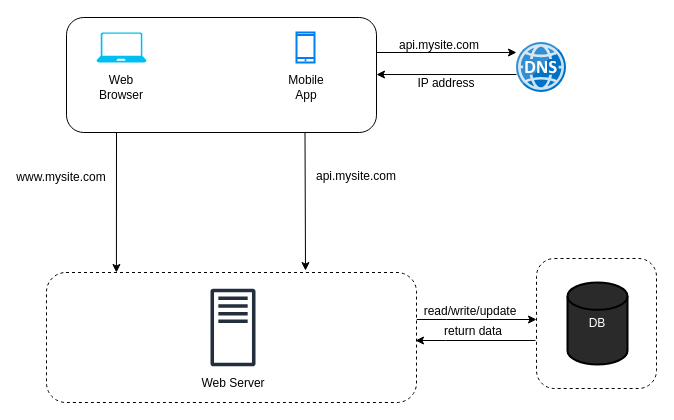
Before: Singleserverwithdb.drawio in wahidibrahimy/Data-Science, a draw.io diagram. Source tidied: cells renumbered, new cells numbered last; positions are measured from the earlier drawing's top-left corner, leaving out a move shared by most shapes. Both pictures are drawn from the tidied source at 100%, with x=0, y=0 at pixel (31, 17).
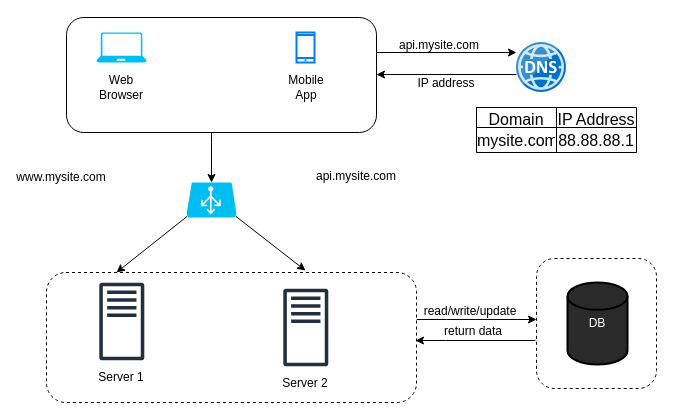
Above is the later version.

Unchanged cells that the change refers to:
```xml
<mxCell id="4" style="rounded=1;whiteSpace=wrap;html=1;dashed=1;" parent="1" vertex="1">
  <mxGeometry x="15" y="255" width="370" height="130" as="geometry" />
</mxCell>
<mxCell id="5" style="rounded=1;whiteSpace=wrap;html=1;" parent="1" vertex="1">
  <mxGeometry x="35" width="310" height="115" as="geometry" />
</mxCell>
```

Change to the diagram source:
```diff
@@
+    <mxCell id="25" style="edgeStyle=orthogonalEdgeStyle;rounded=0;jettySize=auto;html=1;" parent="1" edge="1" source="5" target="26">
+      <mxGeometry relative="1" as="geometry">
+        <Array as="points">
+          <mxPoint x="180" y="125" />
+          <mxPoint x="180" y="125" />
+        </Array>
+      </mxGeometry>
+    </mxCell>
@@
-    <mxCell id="11" style="endArrow=classic;html=1;rounded=0;entryX=0.189;entryY=0;entryDx=0;entryDy=0;entryPerimeter=0;" parent="1" edge="1" target="4">
-      <mxGeometry relative="1" as="geometry">
-        <mxPoint x="85" y="115" as="sourcePoint" />
-      </mxGeometry>
+    <mxCell id="11" style="endArrow=classic;html=1;rounded=0;entryX=0.189;entryY=0;entryDx=0;entryDy=0;entryPerimeter=0;exitX=0.02;exitY=0.96;exitDx=0;exitDy=0;exitPerimeter=0;" parent="1" edge="1" source="26" target="4">
+      <mxGeometry relative="1" as="geometry" />
     </mxCell>
-    <mxCell id="12" style="endArrow=classic;html=1;rounded=0;entryX=0.7;entryY=-0.015;entryDx=0;entryDy=0;entryPerimeter=0;" parent="1" edge="1" target="4">
-      <mxGeometry relative="1" as="geometry">
-        <mxPoint x="273.5" y="115" as="sourcePoint" />
-      </mxGeometry>
+    <mxCell id="12" style="endArrow=classic;html=1;rounded=0;entryX=0.7;entryY=-0.015;entryDx=0;entryDy=0;entryPerimeter=0;exitX=0.98;exitY=0.96;exitDx=0;exitDy=0;exitPerimeter=0;" parent="1" edge="1" source="26" target="4">
+      <mxGeometry relative="1" as="geometry" />
     </mxCell>
     <mxCell id="13" style="sketch=0;fontColor=#232F3E;gradientColor=none;fillColor=#232F3D;strokeColor=none;dashed=0;verticalLabelPosition=bottom;verticalAlign=top;align=center;html=1;fontSize=12;fontStyle=0;shape=mxgraph.aws4.traditional_server;" parent="1" vertex="1">
-      <mxGeometry x="179" y="271" width="45" height="78" as="geometry" />
+      <mxGeometry x="67.8" y="265" width="45" height="78" as="geometry" />
     </mxCell>
-    <mxCell id="14" value="Web Server" style="text;html=1;align=center;verticalAlign=middle;whiteSpace=wrap;rounded=0;" parent="1" vertex="1">
-      <mxGeometry x="162.5" y="351" width="77.5" height="30" as="geometry" />
+    <mxCell id="14" value="Server 1" style="text;html=1;align=center;verticalAlign=middle;whiteSpace=wrap;rounded=0;" parent="1" vertex="1">
+      <mxGeometry x="51.2" y="345" width="77.5" height="30" as="geometry" />
     </mxCell>
@@
+    <mxCell id="26" style="verticalLabelPosition=bottom;html=1;verticalAlign=top;align=center;strokeColor=none;fillColor=#00BEF2;shape=mxgraph.azure.azure_load_balancer;" parent="1" vertex="1">
+      <mxGeometry x="155" y="165" width="50" height="35" as="geometry" />
+    </mxCell>
+    <mxCell id="27" style="sketch=0;fontColor=#232F3E;gradientColor=none;fillColor=#232F3D;strokeColor=none;dashed=0;verticalLabelPosition=bottom;verticalAlign=top;align=center;html=1;fontSize=12;fontStyle=0;shape=mxgraph.aws4.traditional_server;" parent="1" vertex="1">
+      <mxGeometry x="251.8" y="271" width="45" height="78" as="geometry" />
+    </mxCell>
+    <mxCell id="28" value="Server 2" style="text;html=1;align=center;verticalAlign=middle;whiteSpace=wrap;rounded=0;" parent="1" vertex="1">
+      <mxGeometry x="235.2" y="351" width="77.5" height="30" as="geometry" />
+    </mxCell>
+    <mxCell id="29" style="shape=table;startSize=0;childLayout=tableLayout;fontSize=16;" parent="1" vertex="1">
+      <mxGeometry x="445" y="90" width="160" height="45" as="geometry" />
+    </mxCell>
+    <mxCell id="30" style="shape=tableRow;horizontal=0;startSize=0;swimlaneHead=0;swimlaneBody=0;strokeColor=inherit;top=0;left=0;bottom=0;right=0;fillColor=none;fontSize=16;" parent="29" vertex="1">
+      <mxGeometry width="160" height="20" as="geometry" />
+    </mxCell>
+    <mxCell id="31" value="Domain" style="shape=partialRectangle;html=1;whiteSpace=wrap;strokeColor=inherit;overflow=hidden;fillColor=none;top=0;left=0;bottom=0;right=0;fontSize=16;" parent="30" vertex="1">
+      <mxGeometry width="80" height="20" as="geometry" />
+    </mxCell>
+    <mxCell id="32" value="IP Address" style="shape=partialRectangle;html=1;whiteSpace=wrap;strokeColor=inherit;overflow=hidden;fillColor=none;top=0;left=0;bottom=0;right=0;fontSize=16;" parent="30" vertex="1">
+      <mxGeometry x="80" width="80" height="20" as="geometry" />
+    </mxCell>
+    <mxCell id="33" style="shape=tableRow;horizontal=0;startSize=0;swimlaneHead=0;swimlaneBody=0;strokeColor=inherit;top=0;left=0;bottom=0;right=0;fillColor=none;fontSize=16;" parent="29" vertex="1">
+      <mxGeometry y="20" width="160" height="25" as="geometry" />
+    </mxCell>
+    <mxCell id="34" value="mysite.com" style="shape=partialRectangle;html=1;whiteSpace=wrap;strokeColor=inherit;overflow=hidden;fillColor=none;top=0;left=0;bottom=0;right=0;fontSize=16;" parent="33" vertex="1">
+      <mxGeometry width="80" height="25" as="geometry" />
+    </mxCell>
+    <mxCell id="35" value="88.88.88.1" style="shape=partialRectangle;html=1;whiteSpace=wrap;strokeColor=inherit;overflow=hidden;fillColor=none;top=0;left=0;bottom=0;right=0;fontSize=16;" parent="33" vertex="1">
+      <mxGeometry x="80" width="80" height="25" as="geometry" />
+    </mxCell>
```
